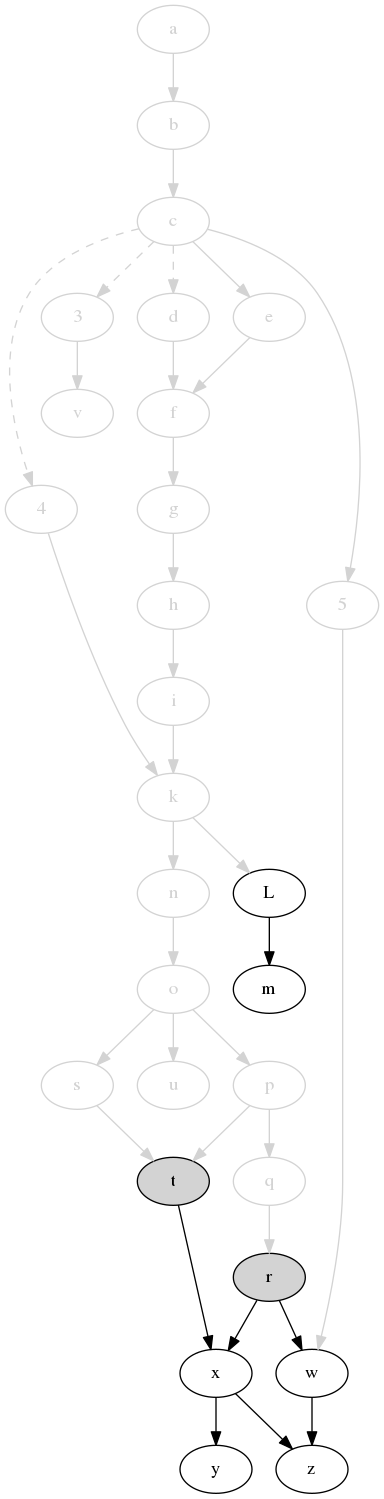
Before: svm-startup-deps.png, a diagram exported from Graphviz (jdmpapin/svm-startup-deps). Its source is kept beside it as svm-startup-deps.dot. The source it was exported from:
```dot
digraph {

    4 [color=lightgrey,fontcolor=lightgrey];
    3 [color=lightgrey,fontcolor=lightgrey];
    a [color=lightgrey,fontcolor=lightgrey];
    b [color=lightgrey,fontcolor=lightgrey];
    c [color=lightgrey,fontcolor=lightgrey];
    d [color=lightgrey,fontcolor=lightgrey];
    e [color=lightgrey,fontcolor=lightgrey];
    f [color=lightgrey,fontcolor=lightgrey];
    g [color=lightgrey,fontcolor=lightgrey];
    h [color=lightgrey,fontcolor=lightgrey];
    i [color=lightgrey,fontcolor=lightgrey];
    k [color=lightgrey,fontcolor=lightgrey];
    L;
    m;
    5 [color=lightgrey,fontcolor=lightgrey];
    n [color=lightgrey,fontcolor=lightgrey];
    o [color=lightgrey,fontcolor=lightgrey];
    p [color=lightgrey,fontcolor=lightgrey];
    q [color=lightgrey,fontcolor=lightgrey];
    r [style=filled,fillcolor=lightgrey];
    s [color=lightgrey,fontcolor=lightgrey];
    t [style=filled,fillcolor=lightgrey];
    u [color=lightgrey,fontcolor=lightgrey];
    v [color=lightgrey,fontcolor=lightgrey];
    w;
    x;
    y;
    z;

    4 -> k [color=lightgrey];
    c -> 4 [style=dashed,color=lightgrey];
    c -> 3 [style=dashed,color=lightgrey];
    c -> d [style=dashed,color=lightgrey];
    3 -> v [color=lightgrey];
    a -> b [color=lightgrey];
    b -> c [color=lightgrey];
    c -> e [color=lightgrey];
    c -> 5 [color=lightgrey];
    d -> f [color=lightgrey];
    e -> f [color=lightgrey];
    f -> g [color=lightgrey];
    g -> h [color=lightgrey];
    h -> i [color=lightgrey];
    i -> k [color=lightgrey];
    k -> L [color=lightgrey];
    L -> m;
    k -> n [color=lightgrey];
    n -> o [color=lightgrey];
    o -> p [color=lightgrey];
    p -> q [color=lightgrey];
    q -> r [color=lightgrey];
    o -> s [color=lightgrey];
    s -> t [color=lightgrey];
    p -> t [color=lightgrey];
    o -> u [color=lightgrey];
    5 -> w [color=lightgrey];
    r -> w;
    t -> x;
    r -> x;
    x -> y;
    x -> z;
    w -> z;
}
```
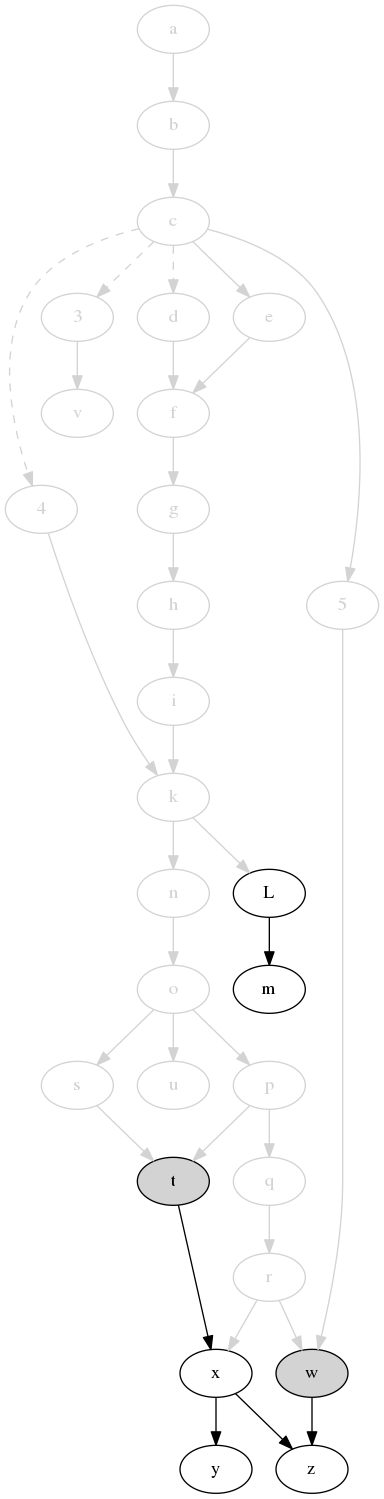
Later version of the same file.

Commit message:
Close r, open w

What changed in the source:
```diff
@@ -19,12 +19,12 @@
     o [color=lightgrey,fontcolor=lightgrey];
     p [color=lightgrey,fontcolor=lightgrey];
     q [color=lightgrey,fontcolor=lightgrey];
-    r [style=filled,fillcolor=lightgrey];
+    r [color=lightgrey,fontcolor=lightgrey];
     s [color=lightgrey,fontcolor=lightgrey];
     t [style=filled,fillcolor=lightgrey];
     u [color=lightgrey,fontcolor=lightgrey];
     v [color=lightgrey,fontcolor=lightgrey];
-    w;
+    w [style=filled,fillcolor=lightgrey];
     x;
     y;
     z;
@@ -56,9 +56,9 @@
     p -> t [color=lightgrey];
     o -> u [color=lightgrey];
     5 -> w [color=lightgrey];
-    r -> w;
+    r -> w [color=lightgrey];
     t -> x;
-    r -> x;
+    r -> x [color=lightgrey];
     x -> y;
     x -> z;
     w -> z;
```
